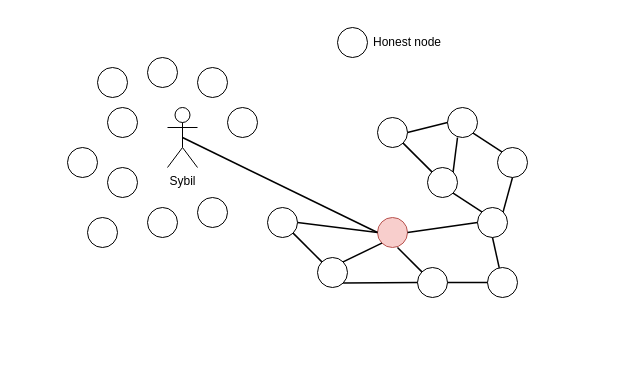
Before: ethereum-research/pos-beaconchain/Sybil attack.drawio in 0xyicheng/a-research-diagram, a draw.io diagram. Source tidied: cells renumbered, new cells numbered last; positions are measured from the earlier drawing's top-left corner, leaving out a move shared by most shapes. Both pictures are drawn from the tidied source at 100%, with x=0, y=0 at pixel (67, 27).
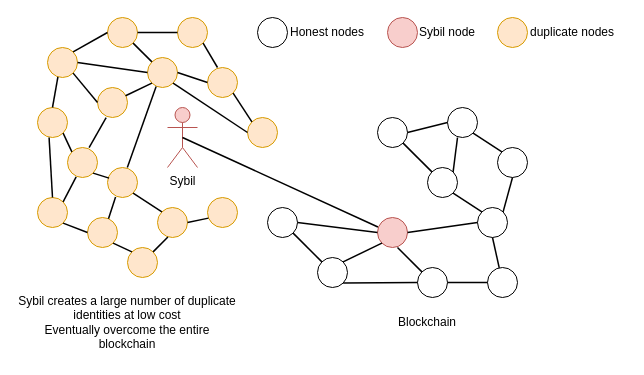
The same diagram, later.

Unchanged cells that the change refers to:
```xml
<mxCell id="7" style="ellipse;whiteSpace=wrap;html=1;fillColor=#f8cecc;strokeColor=#b85450;" parent="1" vertex="1">
  <mxGeometry x="310" y="190" width="30" height="30" as="geometry" />
</mxCell>
```

Diff of the diagram source:
```diff
@@
-    <mxCell id="12" value="Sybil" style="shape=umlActor;verticalLabelPosition=bottom;verticalAlign=top;html=1;outlineConnect=0;" parent="1" vertex="1">
+    <mxCell id="12" value="Sybil" style="shape=umlActor;verticalLabelPosition=bottom;verticalAlign=top;html=1;outlineConnect=0;fillColor=#f8cecc;strokeColor=#b85450;" parent="1" vertex="1">
       <mxGeometry x="100" y="80" width="30" height="60" as="geometry" />
     </mxCell>
-    <mxCell id="13" style="endArrow=none;html=1;rounded=0;strokeWidth=1.5;entryX=0;entryY=0.5;entryDx=0;entryDy=0;exitX=0.5;exitY=0.5;exitDx=0;exitDy=0;exitPerimeter=0;" parent="1" edge="1" source="12" target="7">
+    <mxCell id="13" style="endArrow=none;html=1;rounded=0;strokeWidth=1.5;entryX=0.014;entryY=0.316;entryDx=0;entryDy=0;exitX=0.5;exitY=0.5;exitDx=0;exitDy=0;exitPerimeter=0;entryPerimeter=0;" parent="1" edge="1" source="12" target="7">
       <mxGeometry relative="1" as="geometry" />
     </mxCell>
@@
     <mxCell id="28" style="ellipse;whiteSpace=wrap;html=1;" parent="1" vertex="1">
-      <mxGeometry x="270" width="30" height="30" as="geometry" />
+      <mxGeometry x="190" y="-10" width="30" height="30" as="geometry" />
     </mxCell>
-    <mxCell id="29" value="Honest node" style="text;html=1;strokeColor=none;fillColor=none;align=center;verticalAlign=middle;whiteSpace=wrap;rounded=0;" parent="1" vertex="1">
-      <mxGeometry x="290" y="5" width="100" height="20" as="geometry" />
+    <mxCell id="29" value="Honest nodes" style="text;html=1;strokeColor=none;fillColor=none;align=center;verticalAlign=middle;whiteSpace=wrap;rounded=0;" parent="1" vertex="1">
+      <mxGeometry x="210" y="-5" width="100" height="20" as="geometry" />
     </mxCell>
-    <mxCell id="30" style="ellipse;whiteSpace=wrap;html=1;" parent="1" vertex="1">
+    <mxCell id="30" style="ellipse;whiteSpace=wrap;html=1;fillColor=#ffe6cc;strokeColor=#d79b00;" parent="1" vertex="1">
       <mxGeometry x="20" y="190" width="30" height="30" as="geometry" />
     </mxCell>
-    <mxCell id="31" style="ellipse;whiteSpace=wrap;html=1;" parent="1" vertex="1">
+    <mxCell id="31" style="ellipse;whiteSpace=wrap;html=1;fillColor=#ffe6cc;strokeColor=#d79b00;" parent="1" vertex="1">
       <mxGeometry x="40" y="140" width="30" height="30" as="geometry" />
     </mxCell>
-    <mxCell id="32" style="ellipse;whiteSpace=wrap;html=1;" parent="1" vertex="1">
-      <mxGeometry x="80" y="180" width="30" height="30" as="geometry" />
+    <mxCell id="32" style="ellipse;whiteSpace=wrap;html=1;fillColor=#ffe6cc;strokeColor=#d79b00;" parent="1" vertex="1">
+      <mxGeometry x="90" y="180" width="30" height="30" as="geometry" />
     </mxCell>
-    <mxCell id="33" style="ellipse;whiteSpace=wrap;html=1;" parent="1" vertex="1">
-      <mxGeometry x="40" y="80" width="30" height="30" as="geometry" />
+    <mxCell id="33" style="ellipse;whiteSpace=wrap;html=1;fillColor=#ffe6cc;strokeColor=#d79b00;" parent="1" vertex="1">
+      <mxGeometry x="30" y="60" width="30" height="30" as="geometry" />
     </mxCell>
-    <mxCell id="34" style="ellipse;whiteSpace=wrap;html=1;" parent="1" vertex="1">
-      <mxGeometry x="160" y="80" width="30" height="30" as="geometry" />
+    <mxCell id="34" style="ellipse;whiteSpace=wrap;html=1;fillColor=#ffe6cc;strokeColor=#d79b00;" parent="1" vertex="1">
+      <mxGeometry x="180" y="90" width="30" height="30" as="geometry" />
     </mxCell>
-    <mxCell id="35" style="ellipse;whiteSpace=wrap;html=1;" parent="1" vertex="1">
+    <mxCell id="35" style="ellipse;whiteSpace=wrap;html=1;fillColor=#ffe6cc;strokeColor=#d79b00;" parent="1" vertex="1">
       <mxGeometry x="80" y="30" width="30" height="30" as="geometry" />
     </mxCell>
-    <mxCell id="36" style="ellipse;whiteSpace=wrap;html=1;" parent="1" vertex="1">
-      <mxGeometry x="130" y="40" width="30" height="30" as="geometry" />
+    <mxCell id="36" style="ellipse;whiteSpace=wrap;html=1;fillColor=#ffe6cc;strokeColor=#d79b00;" parent="1" vertex="1">
+      <mxGeometry x="140" y="40" width="30" height="30" as="geometry" />
     </mxCell>
-    <mxCell id="37" style="ellipse;whiteSpace=wrap;html=1;" parent="1" vertex="1">
-      <mxGeometry x="130" y="170" width="30" height="30" as="geometry" />
+    <mxCell id="37" style="ellipse;whiteSpace=wrap;html=1;fillColor=#ffe6cc;strokeColor=#d79b00;" parent="1" vertex="1">
+      <mxGeometry x="140" y="170" width="30" height="30" as="geometry" />
     </mxCell>
-    <mxCell id="38" style="ellipse;whiteSpace=wrap;html=1;" parent="1" vertex="1">
+    <mxCell id="38" style="ellipse;whiteSpace=wrap;html=1;fillColor=#ffe6cc;strokeColor=#d79b00;" parent="1" vertex="1">
       <mxGeometry y="120" width="30" height="30" as="geometry" />
     </mxCell>
-    <mxCell id="39" style="ellipse;whiteSpace=wrap;html=1;" parent="1" vertex="1">
-      <mxGeometry x="30" y="40" width="30" height="30" as="geometry" />
-    </mxCell>
+    <mxCell id="40" style="ellipse;whiteSpace=wrap;html=1;fillColor=#ffe6cc;strokeColor=#d79b00;" parent="1" vertex="1">
+      <mxGeometry x="-30" y="80" width="30" height="30" as="geometry" />
+    </mxCell>
+    <mxCell id="41" style="ellipse;whiteSpace=wrap;html=1;fillColor=#ffe6cc;strokeColor=#d79b00;" parent="1" vertex="1">
+      <mxGeometry x="-30" y="170" width="30" height="30" as="geometry" />
+    </mxCell>
+    <mxCell id="42" style="ellipse;whiteSpace=wrap;html=1;fillColor=#ffe6cc;strokeColor=#d79b00;" parent="1" vertex="1">
+      <mxGeometry x="-20" y="20" width="30" height="30" as="geometry" />
+    </mxCell>
+    <mxCell id="43" style="ellipse;whiteSpace=wrap;html=1;fillColor=#ffe6cc;strokeColor=#d79b00;" parent="1" vertex="1">
+      <mxGeometry x="40" y="-10" width="30" height="30" as="geometry" />
+    </mxCell>
+    <mxCell id="44" style="ellipse;whiteSpace=wrap;html=1;fillColor=#ffe6cc;strokeColor=#d79b00;" parent="1" vertex="1">
+      <mxGeometry x="110" y="-10" width="30" height="30" as="geometry" />
+    </mxCell>
+    <mxCell id="45" style="ellipse;whiteSpace=wrap;html=1;fillColor=#ffe6cc;strokeColor=#d79b00;" parent="1" vertex="1">
+      <mxGeometry x="60" y="220" width="30" height="30" as="geometry" />
+    </mxCell>
+    <mxCell id="46" style="ellipse;whiteSpace=wrap;html=1;fillColor=#f8cecc;strokeColor=#b85450;" parent="1" vertex="1">
+      <mxGeometry x="320" y="-10" width="30" height="30" as="geometry" />
+    </mxCell>
+    <mxCell id="47" value="Sybil node" style="text;html=1;strokeColor=none;fillColor=none;align=center;verticalAlign=middle;whiteSpace=wrap;rounded=0;" parent="1" vertex="1">
+      <mxGeometry x="330" y="-5" width="100" height="20" as="geometry" />
+    </mxCell>
+    <mxCell id="48" style="ellipse;whiteSpace=wrap;html=1;fillColor=#ffe6cc;strokeColor=#d79b00;" parent="1" vertex="1">
+      <mxGeometry x="430" y="-10" width="30" height="30" as="geometry" />
+    </mxCell>
+    <mxCell id="49" value="&lt;div&gt;Sybil creates a large number of duplicate identities at low cost&lt;/div&gt;&lt;div&gt;Eventually overcome the entire blockchain&lt;/div&gt;" style="text;html=1;strokeColor=none;fillColor=none;align=center;verticalAlign=middle;whiteSpace=wrap;rounded=0;" parent="1" vertex="1">
+      <mxGeometry x="-50" y="260" width="220" height="70" as="geometry" />
+    </mxCell>
+    <mxCell id="50" value="duplicate nodes" style="text;html=1;strokeColor=none;fillColor=none;align=center;verticalAlign=middle;whiteSpace=wrap;rounded=0;" parent="1" vertex="1">
+      <mxGeometry x="450" y="-10" width="110" height="30" as="geometry" />
+    </mxCell>
+    <mxCell id="51" style="endArrow=none;html=1;rounded=0;strokeWidth=1.5;exitX=1;exitY=1;exitDx=0;exitDy=0;entryX=0;entryY=0;entryDx=0;entryDy=0;" parent="1" edge="1" source="36" target="34">
+      <mxGeometry relative="1" as="geometry" />
+    </mxCell>
+    <mxCell id="52" style="endArrow=none;html=1;rounded=0;strokeWidth=1.5;exitX=1;exitY=1;exitDx=0;exitDy=0;" parent="1" edge="1" source="44">
+      <mxGeometry relative="1" as="geometry">
+        <mxPoint x="150" y="40" as="targetPoint" />
+      </mxGeometry>
+    </mxCell>
+    <mxCell id="53" style="endArrow=none;html=1;rounded=0;strokeWidth=1.5;exitX=1;exitY=0.5;exitDx=0;exitDy=0;entryX=0;entryY=0.5;entryDx=0;entryDy=0;" parent="1" edge="1" source="43" target="44">
+      <mxGeometry relative="1" as="geometry" />
+    </mxCell>
+    <mxCell id="54" style="endArrow=none;html=1;rounded=0;strokeWidth=1.5;exitX=1;exitY=0;exitDx=0;exitDy=0;entryX=0;entryY=0.5;entryDx=0;entryDy=0;" parent="1" edge="1" source="42" target="43">
+      <mxGeometry relative="1" as="geometry" />
+    </mxCell>
+    <mxCell id="55" style="endArrow=none;html=1;rounded=0;strokeWidth=1.5;exitX=0.5;exitY=0;exitDx=0;exitDy=0;entryX=0.347;entryY=0.982;entryDx=0;entryDy=0;entryPerimeter=0;" parent="1" edge="1" source="40" target="42">
+      <mxGeometry relative="1" as="geometry" />
+    </mxCell>
+    <mxCell id="56" style="endArrow=none;html=1;rounded=0;strokeWidth=1.5;exitX=0.5;exitY=0;exitDx=0;exitDy=0;entryX=0.386;entryY=1.002;entryDx=0;entryDy=0;entryPerimeter=0;" parent="1" edge="1" source="41" target="40">
+      <mxGeometry relative="1" as="geometry" />
+    </mxCell>
+    <mxCell id="57" style="endArrow=none;html=1;rounded=0;strokeWidth=1.5;entryX=0;entryY=0.5;entryDx=0;entryDy=0;exitX=1;exitY=1;exitDx=0;exitDy=0;" parent="1" edge="1" source="41" target="30">
+      <mxGeometry relative="1" as="geometry" />
+    </mxCell>
+    <mxCell id="58" style="endArrow=none;html=1;rounded=0;strokeWidth=1.5;entryX=0;entryY=0;entryDx=0;entryDy=0;exitX=1;exitY=1;exitDx=0;exitDy=0;" parent="1" edge="1" source="30" target="45">
+      <mxGeometry relative="1" as="geometry" />
+    </mxCell>
+    <mxCell id="59" style="endArrow=none;html=1;rounded=0;strokeWidth=1.5;entryX=0.347;entryY=0.982;entryDx=0;entryDy=0;exitX=1;exitY=0;exitDx=0;exitDy=0;entryPerimeter=0;" parent="1" edge="1" source="45" target="32">
+      <mxGeometry relative="1" as="geometry" />
+    </mxCell>
+    <mxCell id="60" style="endArrow=none;html=1;rounded=0;strokeWidth=1.5;entryX=0.033;entryY=0.688;entryDx=0;entryDy=0;exitX=1;exitY=0.5;exitDx=0;exitDy=0;entryPerimeter=0;" parent="1" edge="1" source="32" target="37">
+      <mxGeometry relative="1" as="geometry" />
+    </mxCell>
+    <mxCell id="61" style="endArrow=none;html=1;rounded=0;strokeWidth=1.5;entryX=0;entryY=0;entryDx=0;entryDy=0;exitX=1;exitY=1;exitDx=0;exitDy=0;" parent="1" edge="1" source="31" target="32">
+      <mxGeometry relative="1" as="geometry" />
+    </mxCell>
+    <mxCell id="62" style="endArrow=none;html=1;rounded=0;strokeWidth=1.5;entryX=0.7;entryY=0.041;entryDx=0;entryDy=0;exitX=0.269;exitY=0.982;exitDx=0;exitDy=0;exitPerimeter=0;entryPerimeter=0;" parent="1" edge="1" source="31" target="30">
+      <mxGeometry relative="1" as="geometry" />
+    </mxCell>
+    <mxCell id="63" style="endArrow=none;html=1;rounded=0;strokeWidth=1.5;entryX=0.288;entryY=0.982;entryDx=0;entryDy=0;exitX=1;exitY=0;exitDx=0;exitDy=0;entryPerimeter=0;" parent="1" edge="1" source="41" target="38">
+      <mxGeometry relative="1" as="geometry" />
+    </mxCell>
+    <mxCell id="64" style="endArrow=none;html=1;rounded=0;strokeWidth=1.5;entryX=1;entryY=1;entryDx=0;entryDy=0;exitX=0.053;exitY=0.355;exitDx=0;exitDy=0;exitPerimeter=0;" parent="1" edge="1" source="31" target="38">
+      <mxGeometry relative="1" as="geometry" />
+    </mxCell>
+    <mxCell id="65" style="endArrow=none;html=1;rounded=0;strokeWidth=1.5;entryX=0.288;entryY=0.963;entryDx=0;entryDy=0;exitX=0.661;exitY=0.002;exitDx=0;exitDy=0;exitPerimeter=0;entryPerimeter=0;" parent="1" edge="1" source="31" target="35">
+      <mxGeometry relative="1" as="geometry" />
+    </mxCell>
+    <mxCell id="66" style="endArrow=none;html=1;rounded=0;strokeWidth=1.5;entryX=1;entryY=0.5;entryDx=0;entryDy=0;exitX=0;exitY=0.5;exitDx=0;exitDy=0;" parent="1" edge="1" source="36" target="35">
+      <mxGeometry relative="1" as="geometry" />
+    </mxCell>
+    <mxCell id="67" style="endArrow=none;html=1;rounded=0;strokeWidth=1.5;entryX=1;entryY=1;entryDx=0;entryDy=0;exitX=0;exitY=0.5;exitDx=0;exitDy=0;" parent="1" edge="1" source="34" target="35">
+      <mxGeometry relative="1" as="geometry" />
+    </mxCell>
+    <mxCell id="68" style="endArrow=none;html=1;rounded=0;strokeWidth=1.5;entryX=0.288;entryY=1.002;entryDx=0;entryDy=0;exitX=0.72;exitY=0.002;exitDx=0;exitDy=0;entryPerimeter=0;exitPerimeter=0;" parent="1" edge="1" source="38" target="33">
+      <mxGeometry relative="1" as="geometry" />
+    </mxCell>
+    <mxCell id="69" style="endArrow=none;html=1;rounded=0;strokeWidth=1.5;entryX=0;entryY=0.5;entryDx=0;entryDy=0;exitX=1;exitY=1;exitDx=0;exitDy=0;" parent="1" edge="1" source="42" target="33">
+      <mxGeometry relative="1" as="geometry" />
+    </mxCell>
+    <mxCell id="70" style="endArrow=none;html=1;rounded=0;strokeWidth=1.5;entryX=1;entryY=0.5;entryDx=0;entryDy=0;exitX=0;exitY=0.5;exitDx=0;exitDy=0;" parent="1" edge="1" source="35" target="42">
+      <mxGeometry relative="1" as="geometry" />
+    </mxCell>
+    <mxCell id="71" style="endArrow=none;html=1;rounded=0;strokeWidth=1.5;entryX=0;entryY=0;entryDx=0;entryDy=0;exitX=1;exitY=1;exitDx=0;exitDy=0;" parent="1" edge="1" source="40" target="38">
+      <mxGeometry relative="1" as="geometry" />
+    </mxCell>
+    <mxCell id="72" style="endArrow=none;html=1;rounded=0;strokeWidth=1.5;entryX=0;entryY=1;entryDx=0;entryDy=0;exitX=0.935;exitY=0.276;exitDx=0;exitDy=0;exitPerimeter=0;" parent="1" edge="1" source="33" target="35">
+      <mxGeometry relative="1" as="geometry" />
+    </mxCell>
+    <mxCell id="73" style="endArrow=none;html=1;rounded=0;strokeWidth=1.5;entryX=1;entryY=1;entryDx=0;entryDy=0;exitX=0;exitY=0;exitDx=0;exitDy=0;" parent="1" edge="1" source="35" target="43">
+      <mxGeometry relative="1" as="geometry" />
+    </mxCell>
+    <mxCell id="74" value="Blockchain" style="text;html=1;strokeColor=none;fillColor=none;align=center;verticalAlign=middle;whiteSpace=wrap;rounded=0;" parent="1" vertex="1">
+      <mxGeometry x="330" y="280" width="60" height="30" as="geometry" />
+    </mxCell>
```
